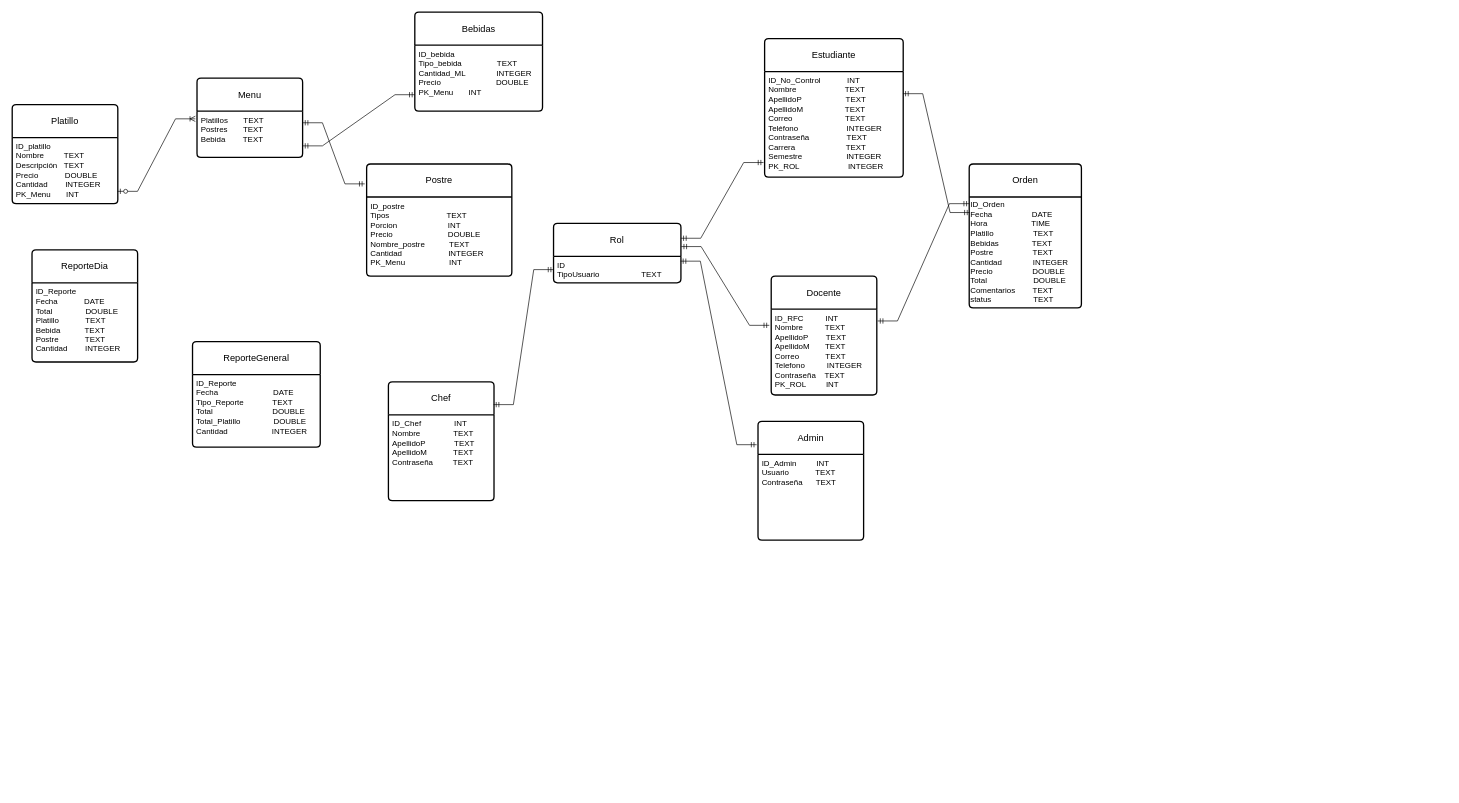
Earlier version of the draw.io diagram BD_Relacional.drawio (OSCARCH2002/diagramas). Source tidied: cells renumbered, new cells numbered last; positions are measured from the earlier drawing's top-left corner, leaving out a move shared by most shapes. Both pictures are drawn from the tidied source at 66%, with x=0, y=0 at pixel (12, 12).
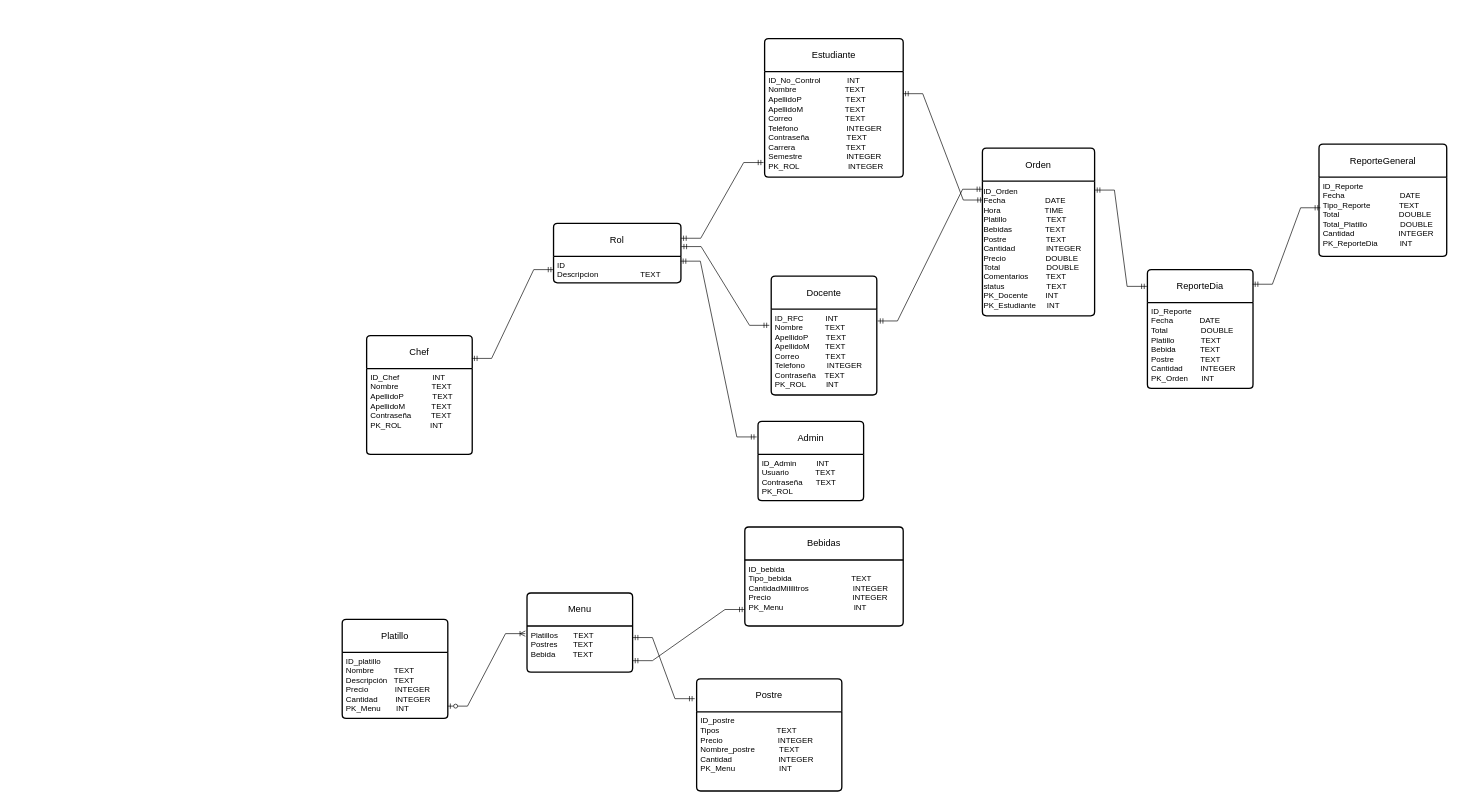
Above is the later version.

Unchanged cells that the change refers to:
```xml
<mxCell id="12" value="Rol" style="swimlane;horizontal=1;startSize=50;rounded=1;fontSize=14;fontStyle=0;strokeWidth=2;shadow=0;dashed=0;align=center;arcSize=4;whiteSpace=wrap;html=1;" parent="1" vertex="1">
  <mxGeometry x="820.2" y="320" width="193" height="90" as="geometry" />
</mxCell>
```

The edit, as a diff of the source:
```diff
@@
     <mxCell id="2" value="Platillo" style="swimlane;horizontal=1;startSize=50;rounded=1;fontSize=14;fontStyle=0;strokeWidth=2;shadow=0;dashed=0;align=center;arcSize=4;whiteSpace=wrap;html=1;" parent="1" vertex="1">
-      <mxGeometry y="140" width="160" height="150" as="geometry" />
+      <mxGeometry x="500" y="920" width="160" height="150" as="geometry" />
     </mxCell>
-    <mxCell id="3" value="ID_platillo&lt;div&gt;&lt;div&gt;Nombre&amp;nbsp; &amp;nbsp; &amp;nbsp; &amp;nbsp; &amp;nbsp;TEXT&lt;/div&gt;&lt;div&gt;Descripción&amp;nbsp; &amp;nbsp;TEXT&lt;/div&gt;&lt;div&gt;Precio&amp;nbsp; &amp;nbsp; &amp;nbsp; &amp;nbsp; &amp;nbsp; &amp;nbsp; DOUBLE&lt;/div&gt;&lt;div&gt;Cantidad&amp;nbsp; &amp;nbsp; &amp;nbsp; &amp;nbsp; INTEGER&lt;/div&gt;&lt;/div&gt;&lt;div&gt;PK_Menu&amp;nbsp; &amp;nbsp; &amp;nbsp; &amp;nbsp;INT&lt;/div&gt;" style="align=left;strokeColor=none;fillColor=none;spacingLeft=4;spacingRight=4;fontSize=12;verticalAlign=top;html=1;whiteSpace=wrap;" parent="2" vertex="1">
+    <mxCell id="3" value="ID_platillo&lt;div&gt;&lt;div&gt;Nombre&amp;nbsp; &amp;nbsp; &amp;nbsp; &amp;nbsp; &amp;nbsp;TEXT&lt;/div&gt;&lt;div&gt;Descripción&amp;nbsp; &amp;nbsp;TEXT&lt;/div&gt;&lt;div&gt;Precio&amp;nbsp; &amp;nbsp; &amp;nbsp; &amp;nbsp; &amp;nbsp; &amp;nbsp; INTEGER&lt;/div&gt;&lt;div&gt;Cantidad&amp;nbsp; &amp;nbsp; &amp;nbsp; &amp;nbsp; INTEGER&lt;/div&gt;&lt;/div&gt;&lt;div&gt;PK_Menu&amp;nbsp; &amp;nbsp; &amp;nbsp; &amp;nbsp;INT&lt;/div&gt;" style="align=left;strokeColor=none;fillColor=none;spacingLeft=4;spacingRight=4;fontSize=12;verticalAlign=top;html=1;whiteSpace=wrap;" parent="2" vertex="1">
       <mxGeometry y="50" width="160" height="100" as="geometry" />
     </mxCell>
     <mxCell id="4" value="&lt;div&gt;ReporteDia&lt;/div&gt;" style="swimlane;horizontal=1;startSize=50;rounded=1;fontSize=14;fontStyle=0;strokeWidth=2;shadow=0;dashed=0;align=center;arcSize=4;whiteSpace=wrap;html=1;" parent="1" vertex="1">
-      <mxGeometry x="30" y="360" width="160" height="170" as="geometry" />
+      <mxGeometry x="1720" y="390" width="160" height="180" as="geometry" />
     </mxCell>
-    <mxCell id="5" value="ID_Reporte&lt;div&gt;Fecha&amp;nbsp; &amp;nbsp; &amp;nbsp; &amp;nbsp; &amp;nbsp; &amp;nbsp; DATE&amp;nbsp;&lt;/div&gt;&lt;div&gt;Total&amp;nbsp; &amp;nbsp; &amp;nbsp; &amp;nbsp; &amp;nbsp; &amp;nbsp; &amp;nbsp; &amp;nbsp;DOUBLE&lt;/div&gt;&lt;div&gt;Platillo&amp;nbsp; &amp;nbsp; &amp;nbsp; &amp;nbsp; &amp;nbsp; &amp;nbsp; TEXT&lt;/div&gt;&lt;div&gt;Bebida&amp;nbsp; &amp;nbsp; &amp;nbsp; &amp;nbsp; &amp;nbsp; &amp;nbsp;TEXT&lt;/div&gt;&lt;div&gt;Postre&amp;nbsp; &amp;nbsp; &amp;nbsp; &amp;nbsp; &amp;nbsp; &amp;nbsp; TEXT&lt;/div&gt;&lt;div&gt;Cantidad&amp;nbsp; &amp;nbsp; &amp;nbsp; &amp;nbsp; INTEGER&lt;/div&gt;" style="align=left;strokeColor=none;fillColor=none;spacingLeft=4;spacingRight=4;fontSize=12;verticalAlign=top;html=1;whiteSpace=wrap;" parent="4" vertex="1">
-      <mxGeometry y="50" width="160" height="120" as="geometry" />
+    <mxCell id="5" value="ID_Reporte&lt;div&gt;Fecha&amp;nbsp; &amp;nbsp; &amp;nbsp; &amp;nbsp; &amp;nbsp; &amp;nbsp; DATE&amp;nbsp;&lt;/div&gt;&lt;div&gt;Total&amp;nbsp; &amp;nbsp; &amp;nbsp; &amp;nbsp; &amp;nbsp; &amp;nbsp; &amp;nbsp; &amp;nbsp;DOUBLE&lt;/div&gt;&lt;div&gt;Platillo&amp;nbsp; &amp;nbsp; &amp;nbsp; &amp;nbsp; &amp;nbsp; &amp;nbsp; TEXT&lt;/div&gt;&lt;div&gt;Bebida&amp;nbsp; &amp;nbsp; &amp;nbsp; &amp;nbsp; &amp;nbsp; &amp;nbsp;TEXT&lt;/div&gt;&lt;div&gt;Postre&amp;nbsp; &amp;nbsp; &amp;nbsp; &amp;nbsp; &amp;nbsp; &amp;nbsp; TEXT&lt;/div&gt;&lt;div&gt;Cantidad&amp;nbsp; &amp;nbsp; &amp;nbsp; &amp;nbsp; INTEGER&lt;/div&gt;&lt;div&gt;PK_Orden&amp;nbsp; &amp;nbsp; &amp;nbsp; INT&lt;/div&gt;" style="align=left;strokeColor=none;fillColor=none;spacingLeft=4;spacingRight=4;fontSize=12;verticalAlign=top;html=1;whiteSpace=wrap;" parent="4" vertex="1">
+      <mxGeometry y="50" width="160" height="130" as="geometry" />
     </mxCell>
     <mxCell id="6" value="&lt;div&gt;Menu&lt;/div&gt;" style="swimlane;horizontal=1;startSize=50;rounded=1;fontSize=14;fontStyle=0;strokeWidth=2;shadow=0;dashed=0;align=center;arcSize=4;whiteSpace=wrap;html=1;" parent="1" vertex="1">
-      <mxGeometry x="280" y="100" width="160" height="120" as="geometry" />
+      <mxGeometry x="780" y="880" width="160" height="120" as="geometry" />
     </mxCell>
@@
     <mxCell id="8" value="Bebidas" style="swimlane;horizontal=1;startSize=50;rounded=1;fontSize=14;fontStyle=0;strokeWidth=2;shadow=0;dashed=0;align=center;arcSize=4;whiteSpace=wrap;html=1;" parent="1" vertex="1">
-      <mxGeometry x="610" width="193.5" height="150" as="geometry" />
+      <mxGeometry x="1110" y="780" width="240" height="150" as="geometry" />
     </mxCell>
-    <mxCell id="9" value="ID_bebida&amp;nbsp; &amp;nbsp; &amp;nbsp; &amp;nbsp; &amp;nbsp; &amp;nbsp; &amp;nbsp; &amp;nbsp; &amp;nbsp; &amp;nbsp;&lt;div&gt;Tipo_bebida&amp;nbsp; &amp;nbsp; &amp;nbsp; &amp;nbsp; &amp;nbsp; &amp;nbsp; &amp;nbsp; &amp;nbsp; TEXT&lt;/div&gt;&lt;div&gt;Cantidad_ML&amp;nbsp; &amp;nbsp; &amp;nbsp; &amp;nbsp; &amp;nbsp; &amp;nbsp; &amp;nbsp; INTEGER&lt;/div&gt;&lt;div&gt;Precio&amp;nbsp; &amp;nbsp; &amp;nbsp; &amp;nbsp; &amp;nbsp; &amp;nbsp; &amp;nbsp; &amp;nbsp; &amp;nbsp; &amp;nbsp; &amp;nbsp; &amp;nbsp; &amp;nbsp;DOUBLE&lt;/div&gt;&lt;div&gt;PK_Menu&amp;nbsp; &amp;nbsp; &amp;nbsp; &amp;nbsp;INT&lt;/div&gt;&lt;div&gt;&lt;br&gt;&lt;/div&gt;" style="align=left;strokeColor=none;fillColor=none;spacingLeft=4;spacingRight=4;fontSize=12;verticalAlign=top;html=1;whiteSpace=wrap;" parent="8" vertex="1">
-      <mxGeometry y="50" width="193.5" height="100" as="geometry" />
+    <mxCell id="9" value="ID_bebida&amp;nbsp; &amp;nbsp; &amp;nbsp; &amp;nbsp; &amp;nbsp; &amp;nbsp; &amp;nbsp; &amp;nbsp; &amp;nbsp; &amp;nbsp;&lt;div&gt;Tipo_bebida&amp;nbsp; &amp;nbsp; &amp;nbsp; &amp;nbsp; &amp;nbsp; &amp;nbsp; &amp;nbsp; &amp;nbsp; &amp;nbsp; &amp;nbsp; &amp;nbsp; &amp;nbsp; &amp;nbsp; &amp;nbsp;TEXT&lt;/div&gt;&lt;div&gt;CantidadMililitros&amp;nbsp; &amp;nbsp; &amp;nbsp; &amp;nbsp; &amp;nbsp; &amp;nbsp; &amp;nbsp; &amp;nbsp; &amp;nbsp; &amp;nbsp; INTEGER&lt;/div&gt;&lt;div&gt;Precio&amp;nbsp; &amp;nbsp; &amp;nbsp; &amp;nbsp; &amp;nbsp; &amp;nbsp; &amp;nbsp; &amp;nbsp; &amp;nbsp; &amp;nbsp; &amp;nbsp; &amp;nbsp; &amp;nbsp; &amp;nbsp; &amp;nbsp; &amp;nbsp; &amp;nbsp; &amp;nbsp; &amp;nbsp;INTEGER&lt;/div&gt;&lt;div&gt;PK_Menu&amp;nbsp; &amp;nbsp; &amp;nbsp; &amp;nbsp; &amp;nbsp; &amp;nbsp; &amp;nbsp; &amp;nbsp; &amp;nbsp; &amp;nbsp; &amp;nbsp; &amp;nbsp; &amp;nbsp; &amp;nbsp; &amp;nbsp; &amp;nbsp; INT&lt;/div&gt;&lt;div&gt;&lt;br&gt;&lt;/div&gt;" style="align=left;strokeColor=none;fillColor=none;spacingLeft=4;spacingRight=4;fontSize=12;verticalAlign=top;html=1;whiteSpace=wrap;" parent="8" vertex="1">
+      <mxGeometry y="50" width="240" height="100" as="geometry" />
     </mxCell>
     <mxCell id="10" value="ReporteGeneral" style="swimlane;horizontal=1;startSize=50;rounded=1;fontSize=14;fontStyle=0;strokeWidth=2;shadow=0;dashed=0;align=center;arcSize=4;whiteSpace=wrap;html=1;" parent="1" vertex="1">
-      <mxGeometry x="273.2" y="499" width="193.5" height="160" as="geometry" />
+      <mxGeometry x="1980" y="200" width="193.5" height="170" as="geometry" />
     </mxCell>
-    <mxCell id="11" value="&lt;div&gt;ID_Reporte&lt;/div&gt;&lt;div&gt;Fecha&amp;nbsp; &amp;nbsp; &amp;nbsp; &amp;nbsp; &amp;nbsp; &amp;nbsp; &amp;nbsp; &amp;nbsp; &amp;nbsp; &amp;nbsp; &amp;nbsp; &amp;nbsp; &amp;nbsp;DATE&lt;/div&gt;&lt;div&gt;Tipo_Reporte&amp;nbsp; &amp;nbsp; &amp;nbsp; &amp;nbsp; &amp;nbsp; &amp;nbsp; &amp;nbsp;TEXT&lt;/div&gt;&lt;div&gt;Total&amp;nbsp; &amp;nbsp; &amp;nbsp; &amp;nbsp; &amp;nbsp; &amp;nbsp; &amp;nbsp; &amp;nbsp; &amp;nbsp; &amp;nbsp; &amp;nbsp; &amp;nbsp; &amp;nbsp; &amp;nbsp;DOUBLE&lt;/div&gt;&lt;div&gt;Total_Platillo&amp;nbsp; &amp;nbsp; &amp;nbsp; &amp;nbsp; &amp;nbsp; &amp;nbsp; &amp;nbsp; &amp;nbsp;DOUBLE&lt;/div&gt;&lt;div&gt;Cantidad&amp;nbsp; &amp;nbsp; &amp;nbsp; &amp;nbsp; &amp;nbsp; &amp;nbsp; &amp;nbsp; &amp;nbsp; &amp;nbsp; &amp;nbsp; INTEGER&lt;/div&gt;" style="align=left;strokeColor=none;fillColor=none;spacingLeft=4;spacingRight=4;fontSize=12;verticalAlign=top;html=1;whiteSpace=wrap;" parent="10" vertex="1">
-      <mxGeometry y="50" width="193.5" height="110" as="geometry" />
+    <mxCell id="11" value="&lt;div&gt;ID_Reporte&lt;/div&gt;&lt;div&gt;Fecha&amp;nbsp; &amp;nbsp; &amp;nbsp; &amp;nbsp; &amp;nbsp; &amp;nbsp; &amp;nbsp; &amp;nbsp; &amp;nbsp; &amp;nbsp; &amp;nbsp; &amp;nbsp; &amp;nbsp;DATE&lt;/div&gt;&lt;div&gt;Tipo_Reporte&amp;nbsp; &amp;nbsp; &amp;nbsp; &amp;nbsp; &amp;nbsp; &amp;nbsp; &amp;nbsp;TEXT&lt;/div&gt;&lt;div&gt;Total&amp;nbsp; &amp;nbsp; &amp;nbsp; &amp;nbsp; &amp;nbsp; &amp;nbsp; &amp;nbsp; &amp;nbsp; &amp;nbsp; &amp;nbsp; &amp;nbsp; &amp;nbsp; &amp;nbsp; &amp;nbsp;DOUBLE&lt;/div&gt;&lt;div&gt;Total_Platillo&amp;nbsp; &amp;nbsp; &amp;nbsp; &amp;nbsp; &amp;nbsp; &amp;nbsp; &amp;nbsp; &amp;nbsp;DOUBLE&lt;/div&gt;&lt;div&gt;Cantidad&amp;nbsp; &amp;nbsp; &amp;nbsp; &amp;nbsp; &amp;nbsp; &amp;nbsp; &amp;nbsp; &amp;nbsp; &amp;nbsp; &amp;nbsp; INTEGER&lt;/div&gt;&lt;div&gt;PK_ReporteDia&amp;nbsp; &amp;nbsp; &amp;nbsp; &amp;nbsp; &amp;nbsp; INT&lt;/div&gt;&lt;div&gt;&lt;br&gt;&lt;/div&gt;" style="align=left;strokeColor=none;fillColor=none;spacingLeft=4;spacingRight=4;fontSize=12;verticalAlign=top;html=1;whiteSpace=wrap;" parent="10" vertex="1">
+      <mxGeometry y="50" width="193.5" height="120" as="geometry" />
     </mxCell>
@@
-    <mxCell id="13" value="ID&lt;div&gt;&lt;span style=&quot;background-color: transparent; color: light-dark(rgb(0, 0, 0), rgb(255, 255, 255));&quot;&gt;TipoUsuario&amp;nbsp; &amp;nbsp; &amp;nbsp; &amp;nbsp; &amp;nbsp; &amp;nbsp; &amp;nbsp; &amp;nbsp; &amp;nbsp; &amp;nbsp;TEXT&lt;/span&gt;&lt;/div&gt;" style="align=left;strokeColor=none;fillColor=none;spacingLeft=4;spacingRight=4;fontSize=12;verticalAlign=top;html=1;whiteSpace=wrap;" parent="12" vertex="1">
+    <mxCell id="13" value="ID&lt;div&gt;&lt;span style=&quot;background-color: transparent; color: light-dark(rgb(0, 0, 0), rgb(255, 255, 255));&quot;&gt;Descripcion&amp;nbsp; &amp;nbsp; &amp;nbsp; &amp;nbsp; &amp;nbsp; &amp;nbsp; &amp;nbsp; &amp;nbsp; &amp;nbsp; &amp;nbsp;TEXT&lt;/span&gt;&lt;/div&gt;" style="align=left;strokeColor=none;fillColor=none;spacingLeft=4;spacingRight=4;fontSize=12;verticalAlign=top;html=1;whiteSpace=wrap;" parent="12" vertex="1">
       <mxGeometry y="50" width="193" height="40" as="geometry" />
     </mxCell>
@@
     <mxCell id="16" value="&lt;div&gt;Orden&lt;/div&gt;" style="swimlane;horizontal=1;startSize=50;rounded=1;fontSize=14;fontStyle=0;strokeWidth=2;shadow=0;dashed=0;align=center;arcSize=4;whiteSpace=wrap;html=1;" parent="1" vertex="1">
-      <mxGeometry x="1450" y="230" width="170" height="218" as="geometry" />
+      <mxGeometry x="1470" y="206" width="170" height="254" as="geometry" />
     </mxCell>
-    <mxCell id="17" value="ID_Orden&lt;div&gt;Fecha&amp;nbsp; &amp;nbsp; &amp;nbsp; &amp;nbsp; &amp;nbsp; &amp;nbsp; &amp;nbsp; &amp;nbsp; &amp;nbsp; DATE&lt;/div&gt;&lt;div&gt;Hora&amp;nbsp; &amp;nbsp; &amp;nbsp; &amp;nbsp; &amp;nbsp; &amp;nbsp; &amp;nbsp; &amp;nbsp; &amp;nbsp; &amp;nbsp; TIME&lt;/div&gt;&lt;div&gt;Platillo&amp;nbsp; &amp;nbsp; &amp;nbsp; &amp;nbsp; &amp;nbsp; &amp;nbsp; &amp;nbsp; &amp;nbsp; &amp;nbsp; TEXT&lt;/div&gt;&lt;div&gt;Bebidas&amp;nbsp; &amp;nbsp; &amp;nbsp; &amp;nbsp; &amp;nbsp; &amp;nbsp; &amp;nbsp; &amp;nbsp;TEXT&lt;/div&gt;&lt;div&gt;Postre&amp;nbsp; &amp;nbsp; &amp;nbsp; &amp;nbsp; &amp;nbsp; &amp;nbsp; &amp;nbsp; &amp;nbsp; &amp;nbsp; TEXT&lt;/div&gt;&lt;div&gt;Cantidad&amp;nbsp; &amp;nbsp; &amp;nbsp; &amp;nbsp; &amp;nbsp; &amp;nbsp; &amp;nbsp; INTEGER&lt;/div&gt;&lt;div&gt;Precio&amp;nbsp; &amp;nbsp; &amp;nbsp; &amp;nbsp; &amp;nbsp; &amp;nbsp; &amp;nbsp; &amp;nbsp; &amp;nbsp; DOUBLE&lt;/div&gt;&lt;div&gt;Total&amp;nbsp; &amp;nbsp; &amp;nbsp; &amp;nbsp; &amp;nbsp; &amp;nbsp; &amp;nbsp; &amp;nbsp; &amp;nbsp; &amp;nbsp; &amp;nbsp;DOUBLE&lt;/div&gt;&lt;div&gt;Comentarios&amp;nbsp; &amp;nbsp; &amp;nbsp; &amp;nbsp; TEXT&lt;/div&gt;&lt;div&gt;status&amp;nbsp; &amp;nbsp; &amp;nbsp; &amp;nbsp; &amp;nbsp; &amp;nbsp; &amp;nbsp; &amp;nbsp; &amp;nbsp; &amp;nbsp;TEXT&lt;/div&gt;" style="text;html=1;align=left;verticalAlign=middle;points=[];strokeColor=none;fillColor=none;" parent="16" vertex="1">
-      <mxGeometry y="50" width="170" height="168" as="geometry" />
+    <mxCell id="17" value="ID_Orden&lt;div&gt;Fecha&amp;nbsp; &amp;nbsp; &amp;nbsp; &amp;nbsp; &amp;nbsp; &amp;nbsp; &amp;nbsp; &amp;nbsp; &amp;nbsp; DATE&lt;/div&gt;&lt;div&gt;Hora&amp;nbsp; &amp;nbsp; &amp;nbsp; &amp;nbsp; &amp;nbsp; &amp;nbsp; &amp;nbsp; &amp;nbsp; &amp;nbsp; &amp;nbsp; TIME&lt;/div&gt;&lt;div&gt;Platillo&amp;nbsp; &amp;nbsp; &amp;nbsp; &amp;nbsp; &amp;nbsp; &amp;nbsp; &amp;nbsp; &amp;nbsp; &amp;nbsp; TEXT&lt;/div&gt;&lt;div&gt;Bebidas&amp;nbsp; &amp;nbsp; &amp;nbsp; &amp;nbsp; &amp;nbsp; &amp;nbsp; &amp;nbsp; &amp;nbsp;TEXT&lt;/div&gt;&lt;div&gt;Postre&amp;nbsp; &amp;nbsp; &amp;nbsp; &amp;nbsp; &amp;nbsp; &amp;nbsp; &amp;nbsp; &amp;nbsp; &amp;nbsp; TEXT&lt;/div&gt;&lt;div&gt;Cantidad&amp;nbsp; &amp;nbsp; &amp;nbsp; &amp;nbsp; &amp;nbsp; &amp;nbsp; &amp;nbsp; INTEGER&lt;/div&gt;&lt;div&gt;Precio&amp;nbsp; &amp;nbsp; &amp;nbsp; &amp;nbsp; &amp;nbsp; &amp;nbsp; &amp;nbsp; &amp;nbsp; &amp;nbsp; DOUBLE&lt;/div&gt;&lt;div&gt;Total&amp;nbsp; &amp;nbsp; &amp;nbsp; &amp;nbsp; &amp;nbsp; &amp;nbsp; &amp;nbsp; &amp;nbsp; &amp;nbsp; &amp;nbsp; &amp;nbsp;DOUBLE&lt;/div&gt;&lt;div&gt;Comentarios&amp;nbsp; &amp;nbsp; &amp;nbsp; &amp;nbsp; TEXT&lt;/div&gt;&lt;div&gt;status&amp;nbsp; &amp;nbsp; &amp;nbsp; &amp;nbsp; &amp;nbsp; &amp;nbsp; &amp;nbsp; &amp;nbsp; &amp;nbsp; &amp;nbsp;TEXT&lt;/div&gt;&lt;div&gt;PK_Docente&amp;nbsp; &amp;nbsp; &amp;nbsp; &amp;nbsp; INT&lt;/div&gt;&lt;div&gt;PK_Estudiante&amp;nbsp; &amp;nbsp; &amp;nbsp;INT&lt;/div&gt;" style="text;html=1;align=left;verticalAlign=middle;points=[];strokeColor=none;fillColor=none;" parent="16" vertex="1">
+      <mxGeometry y="50" width="170" height="204" as="geometry" />
     </mxCell>
     <mxCell id="18" value="&lt;div&gt;Postre&lt;/div&gt;" style="swimlane;horizontal=1;startSize=50;rounded=1;fontSize=14;fontStyle=0;strokeWidth=2;shadow=0;dashed=0;align=center;arcSize=4;whiteSpace=wrap;html=1;" parent="1" vertex="1">
-      <mxGeometry x="537" y="230" width="220" height="170" as="geometry" />
+      <mxGeometry x="1037" y="1010" width="220" height="170" as="geometry" />
     </mxCell>
-    <mxCell id="19" value="ID_postre&lt;div&gt;Tipos&amp;nbsp; &amp;nbsp; &amp;nbsp; &amp;nbsp; &amp;nbsp; &amp;nbsp; &amp;nbsp; &amp;nbsp; &amp;nbsp; &amp;nbsp; &amp;nbsp; &amp;nbsp; &amp;nbsp; TEXT&lt;/div&gt;&lt;div&gt;Porcion&amp;nbsp; &amp;nbsp; &amp;nbsp; &amp;nbsp; &amp;nbsp; &amp;nbsp; &amp;nbsp; &amp;nbsp; &amp;nbsp; &amp;nbsp; &amp;nbsp; &amp;nbsp;INT&lt;/div&gt;&lt;div&gt;Precio&amp;nbsp; &amp;nbsp; &amp;nbsp; &amp;nbsp; &amp;nbsp; &amp;nbsp; &amp;nbsp; &amp;nbsp; &amp;nbsp; &amp;nbsp; &amp;nbsp; &amp;nbsp; &amp;nbsp;DOUBLE&lt;/div&gt;&lt;div&gt;Nombre_postre&amp;nbsp; &amp;nbsp; &amp;nbsp; &amp;nbsp; &amp;nbsp; &amp;nbsp;TEXT&lt;/div&gt;&lt;div&gt;Cantidad&amp;nbsp; &amp;nbsp; &amp;nbsp; &amp;nbsp; &amp;nbsp; &amp;nbsp; &amp;nbsp; &amp;nbsp; &amp;nbsp; &amp;nbsp; &amp;nbsp;INTEGER&lt;/div&gt;&lt;div&gt;PK_Menu&amp;nbsp; &amp;nbsp; &amp;nbsp; &amp;nbsp; &amp;nbsp; &amp;nbsp; &amp;nbsp; &amp;nbsp; &amp;nbsp; &amp;nbsp; INT&lt;/div&gt;" style="align=left;strokeColor=none;fillColor=none;spacingLeft=4;spacingRight=4;fontSize=12;verticalAlign=top;html=1;whiteSpace=wrap;" parent="18" vertex="1">
+    <mxCell id="19" value="ID_postre&lt;div&gt;Tipos&amp;nbsp; &amp;nbsp; &amp;nbsp; &amp;nbsp; &amp;nbsp; &amp;nbsp; &amp;nbsp; &amp;nbsp; &amp;nbsp; &amp;nbsp; &amp;nbsp; &amp;nbsp; &amp;nbsp; TEXT&lt;/div&gt;&lt;div&gt;Precio&amp;nbsp; &amp;nbsp; &amp;nbsp; &amp;nbsp; &amp;nbsp; &amp;nbsp; &amp;nbsp; &amp;nbsp; &amp;nbsp; &amp;nbsp; &amp;nbsp; &amp;nbsp; &amp;nbsp;INTEGER&lt;/div&gt;&lt;div&gt;Nombre_postre&amp;nbsp; &amp;nbsp; &amp;nbsp; &amp;nbsp; &amp;nbsp; &amp;nbsp;TEXT&lt;/div&gt;&lt;div&gt;Cantidad&amp;nbsp; &amp;nbsp; &amp;nbsp; &amp;nbsp; &amp;nbsp; &amp;nbsp; &amp;nbsp; &amp;nbsp; &amp;nbsp; &amp;nbsp; &amp;nbsp;INTEGER&lt;/div&gt;&lt;div&gt;PK_Menu&amp;nbsp; &amp;nbsp; &amp;nbsp; &amp;nbsp; &amp;nbsp; &amp;nbsp; &amp;nbsp; &amp;nbsp; &amp;nbsp; &amp;nbsp; INT&lt;/div&gt;" style="align=left;strokeColor=none;fillColor=none;spacingLeft=4;spacingRight=4;fontSize=12;verticalAlign=top;html=1;whiteSpace=wrap;" parent="18" vertex="1">
       <mxGeometry y="50" width="220" height="120" as="geometry" />
     </mxCell>
@@
     <mxCell id="25" value="&lt;div&gt;Admin&lt;/div&gt;" style="swimlane;horizontal=1;startSize=50;rounded=1;fontSize=14;fontStyle=0;strokeWidth=2;shadow=0;dashed=0;align=center;arcSize=4;whiteSpace=wrap;html=1;" parent="1" vertex="1">
-      <mxGeometry x="1130" y="620" width="160" height="180" as="geometry" />
+      <mxGeometry x="1130" y="620" width="160" height="120" as="geometry" />
     </mxCell>
-    <mxCell id="26" value="ID_Admin&amp;nbsp; &amp;nbsp; &amp;nbsp; &amp;nbsp; &amp;nbsp;INT&lt;div&gt;Usuario&amp;nbsp; &amp;nbsp; &amp;nbsp; &amp;nbsp; &amp;nbsp; &amp;nbsp; TEXT&lt;/div&gt;&lt;div&gt;Contraseña&amp;nbsp; &amp;nbsp; &amp;nbsp; TEXT&lt;/div&gt;" style="align=left;strokeColor=none;fillColor=none;spacingLeft=4;spacingRight=4;fontSize=12;verticalAlign=top;html=1;whiteSpace=wrap;" parent="25" vertex="1">
-      <mxGeometry y="50" width="160" height="130" as="geometry" />
+    <mxCell id="26" value="ID_Admin&amp;nbsp; &amp;nbsp; &amp;nbsp; &amp;nbsp; &amp;nbsp;INT&lt;div&gt;Usuario&amp;nbsp; &amp;nbsp; &amp;nbsp; &amp;nbsp; &amp;nbsp; &amp;nbsp; TEXT&lt;/div&gt;&lt;div&gt;Contraseña&amp;nbsp; &amp;nbsp; &amp;nbsp; TEXT&lt;/div&gt;&lt;div&gt;PK_ROL&lt;/div&gt;" style="align=left;strokeColor=none;fillColor=none;spacingLeft=4;spacingRight=4;fontSize=12;verticalAlign=top;html=1;whiteSpace=wrap;" parent="25" vertex="1">
+      <mxGeometry y="50" width="160" height="70" as="geometry" />
     </mxCell>
@@
     <mxCell id="28" value="&lt;div&gt;Chef&lt;/div&gt;" style="swimlane;horizontal=1;startSize=50;rounded=1;fontSize=14;fontStyle=0;strokeWidth=2;shadow=0;dashed=0;align=center;arcSize=4;whiteSpace=wrap;html=1;" parent="1" vertex="1">
-      <mxGeometry x="570" y="560" width="160" height="180" as="geometry" />
+      <mxGeometry x="537" y="490" width="160" height="180" as="geometry" />
     </mxCell>
-    <mxCell id="29" value="ID_Chef&amp;nbsp; &amp;nbsp; &amp;nbsp; &amp;nbsp; &amp;nbsp; &amp;nbsp; &amp;nbsp; &amp;nbsp;INT&lt;div&gt;Nombre&amp;nbsp; &amp;nbsp; &amp;nbsp; &amp;nbsp; &amp;nbsp; &amp;nbsp; &amp;nbsp; &amp;nbsp;TEXT&lt;/div&gt;&lt;div&gt;ApellidoP&amp;nbsp; &amp;nbsp; &amp;nbsp; &amp;nbsp; &amp;nbsp; &amp;nbsp; &amp;nbsp;TEXT&lt;/div&gt;&lt;div&gt;ApellidoM&amp;nbsp; &amp;nbsp; &amp;nbsp; &amp;nbsp; &amp;nbsp; &amp;nbsp; TEXT&lt;/div&gt;&lt;div&gt;Contraseña&amp;nbsp; &amp;nbsp; &amp;nbsp; &amp;nbsp; &amp;nbsp;TEXT&lt;/div&gt;" style="align=left;strokeColor=none;fillColor=none;spacingLeft=4;spacingRight=4;fontSize=12;verticalAlign=top;html=1;whiteSpace=wrap;" parent="28" vertex="1">
+    <mxCell id="29" value="ID_Chef&amp;nbsp; &amp;nbsp; &amp;nbsp; &amp;nbsp; &amp;nbsp; &amp;nbsp; &amp;nbsp; &amp;nbsp;INT&lt;div&gt;Nombre&amp;nbsp; &amp;nbsp; &amp;nbsp; &amp;nbsp; &amp;nbsp; &amp;nbsp; &amp;nbsp; &amp;nbsp;TEXT&lt;/div&gt;&lt;div&gt;ApellidoP&amp;nbsp; &amp;nbsp; &amp;nbsp; &amp;nbsp; &amp;nbsp; &amp;nbsp; &amp;nbsp;TEXT&lt;/div&gt;&lt;div&gt;ApellidoM&amp;nbsp; &amp;nbsp; &amp;nbsp; &amp;nbsp; &amp;nbsp; &amp;nbsp; TEXT&lt;/div&gt;&lt;div&gt;Contraseña&amp;nbsp; &amp;nbsp; &amp;nbsp; &amp;nbsp; &amp;nbsp;TEXT&lt;/div&gt;&lt;div&gt;PK_ROL&amp;nbsp; &amp;nbsp; &amp;nbsp; &amp;nbsp; &amp;nbsp; &amp;nbsp; &amp;nbsp;INT&lt;/div&gt;" style="align=left;strokeColor=none;fillColor=none;spacingLeft=4;spacingRight=4;fontSize=12;verticalAlign=top;html=1;whiteSpace=wrap;" parent="28" vertex="1">
       <mxGeometry y="50" width="160" height="130" as="geometry" />
     </mxCell>
@@
+    <mxCell id="35" style="edgeStyle=entityRelationEdgeStyle;fontSize=12;html=1;endArrow=ERmandOne;startArrow=ERmandOne;rounded=0;entryX=1;entryY=0.25;entryDx=0;entryDy=0;exitX=-0.005;exitY=0.141;exitDx=0;exitDy=0;exitPerimeter=0;" parent="1" edge="1" source="4" target="16">
+      <mxGeometry relative="1" as="geometry" />
+    </mxCell>
+    <mxCell id="36" style="edgeStyle=entityRelationEdgeStyle;fontSize=12;html=1;endArrow=ERmandOne;startArrow=ERmandOne;rounded=0;entryX=0.011;entryY=0.386;entryDx=0;entryDy=0;entryPerimeter=0;exitX=0.996;exitY=0.123;exitDx=0;exitDy=0;exitPerimeter=0;" parent="1" edge="1" source="4" target="11">
+      <mxGeometry relative="1" as="geometry" />
+    </mxCell>
```
